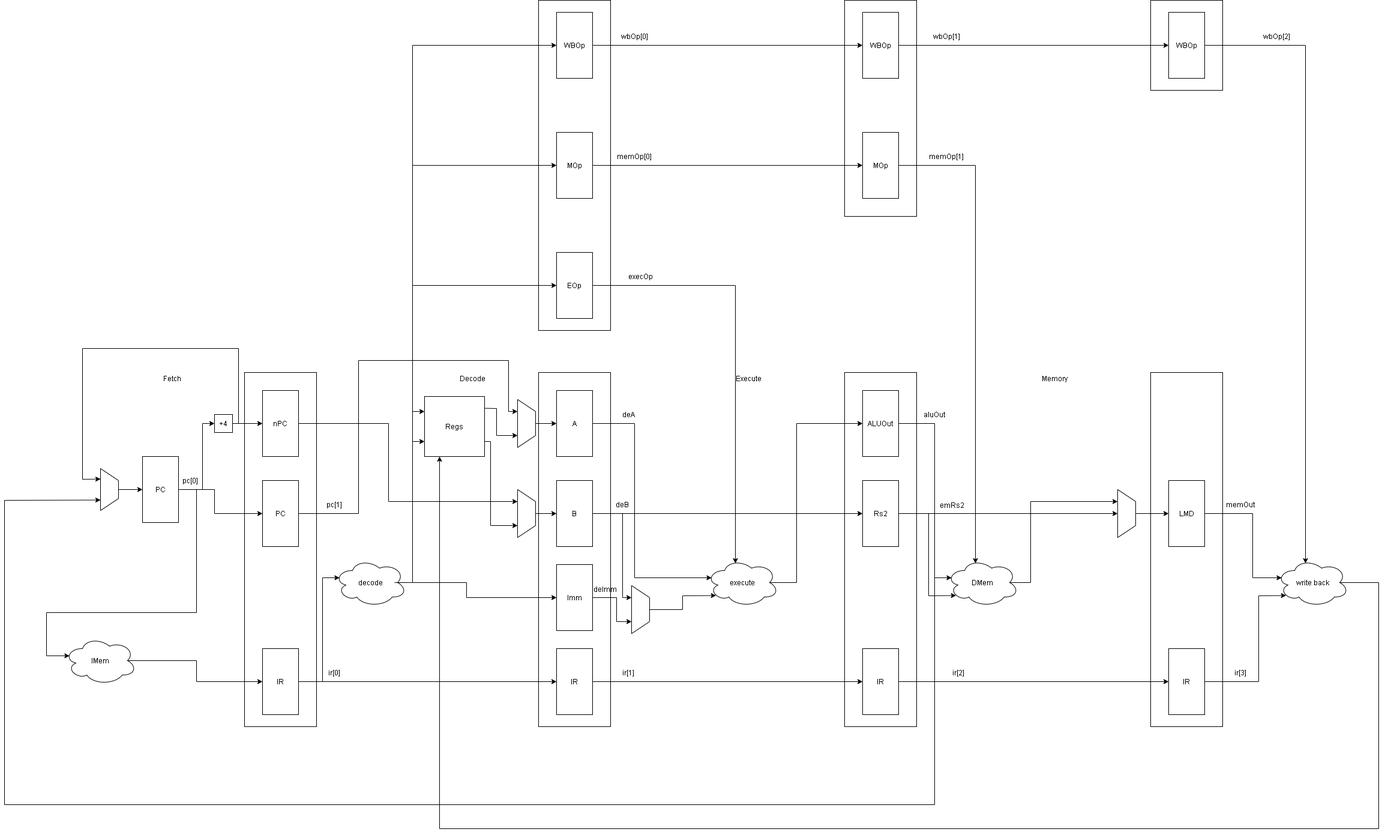
The draw.io diagram imgs/HighLevelModel/scheme.png in arosso96/uP, before a commit. Source tidied: cells renumbered, new cells last; positions are measured from the earlier drawing's top-left corner, leaving out a move shared by most shapes.
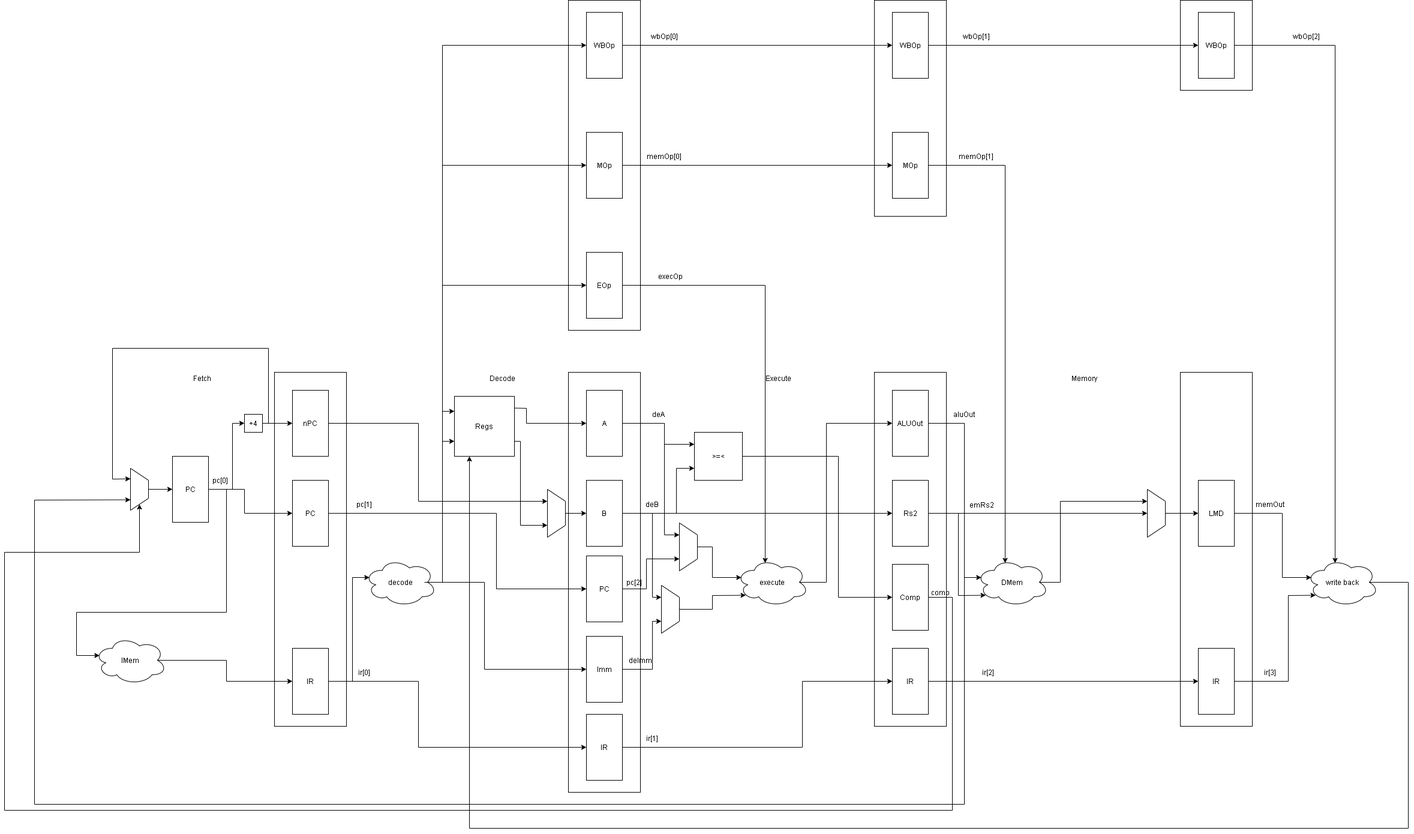
The same diagram one commit later.

Diff of the diagram source:
```diff
@@ -31,16 +31,6 @@
     <mxCell id="9" value="pc[0]" style="text;html=1;strokeColor=none;fillColor=none;align=center;verticalAlign=middle;whiteSpace=wrap;rounded=0;" parent="1" vertex="1">
       <mxGeometry x="290" y="790" width="40" height="20" as="geometry" />
     </mxCell>
-    <mxCell id="10" style="endArrow=classic;html=1;exitX=1;exitY=0.5;exitDx=0;exitDy=0;rounded=0;entryX=0.25;entryY=1;entryDx=0;entryDy=0;" parent="1" edge="1" source="6" target="102">
-      <mxGeometry relative="1" as="geometry">
-        <Array as="points">
-          <mxPoint x="590" y="855" />
-          <mxPoint x="590" y="600" />
-          <mxPoint x="840" y="600" />
-          <mxPoint x="840" y="685" />
-        </Array>
-      </mxGeometry>
-    </mxCell>
     <mxCell id="11" value="pc[1]" style="text;html=1;strokeColor=none;fillColor=none;align=center;verticalAlign=middle;whiteSpace=wrap;rounded=0;" parent="1" vertex="1">
       <mxGeometry x="530" y="830" width="40" height="20" as="geometry" />
     </mxCell>
@@ -51,7 +41,7 @@
       <mxGeometry x="760" y="620" width="40" height="20" as="geometry" />
     </mxCell>
     <mxCell id="14" style="rounded=0;whiteSpace=wrap;html=1;" parent="1" vertex="1">
-      <mxGeometry x="890" y="620" width="120" height="590" as="geometry" />
+      <mxGeometry x="890" y="620" width="120" height="700" as="geometry" />
     </mxCell>
     <mxCell id="15" value="A" style="rounded=0;whiteSpace=wrap;html=1;" parent="1" vertex="1">
       <mxGeometry x="920" y="650" width="60" height="110" as="geometry" />
@@ -60,10 +50,15 @@
       <mxGeometry x="920" y="800" width="60" height="110" as="geometry" />
     </mxCell>
     <mxCell id="17" value="IR" style="rounded=0;whiteSpace=wrap;html=1;" parent="1" vertex="1">
-      <mxGeometry x="920" y="1080" width="60" height="110" as="geometry" />
+      <mxGeometry x="920" y="1190" width="60" height="110" as="geometry" />
     </mxCell>
     <mxCell id="18" style="endArrow=classic;html=1;exitX=1;exitY=0.5;exitDx=0;exitDy=0;entryX=0;entryY=0.5;entryDx=0;entryDy=0;rounded=0;" parent="1" edge="1" source="7" target="17">
-      <mxGeometry relative="1" as="geometry" />
+      <mxGeometry relative="1" as="geometry">
+        <Array as="points">
+          <mxPoint x="640" y="1135" />
+          <mxPoint x="640" y="1245" />
+        </Array>
+      </mxGeometry>
     </mxCell>
     <mxCell id="19" value="ir[0]" style="text;html=1;strokeColor=none;fillColor=none;align=center;verticalAlign=middle;whiteSpace=wrap;rounded=0;" parent="1" vertex="1">
       <mxGeometry x="530" y="1110" width="40" height="20" as="geometry" />
@@ -104,9 +99,6 @@
         </Array>
       </mxGeometry>
     </mxCell>
-    <mxCell id="26" style="endArrow=classic;html=1;rounded=0;entryX=0;entryY=0.5;entryDx=0;entryDy=0;exitX=0.5;exitY=0;exitDx=0;exitDy=0;" parent="1" edge="1" source="102" target="15">
-      <mxGeometry relative="1" as="geometry" />
-    </mxCell>
     <mxCell id="27" value="decode" style="ellipse;shape=cloud;whiteSpace=wrap;html=1;" parent="1" vertex="1">
       <mxGeometry x="550" y="930" width="120" height="80" as="geometry" />
     </mxCell>
@@ -238,11 +230,11 @@
         </Array>
       </mxGeometry>
     </mxCell>
-    <mxCell id="52" style="endArrow=classic;html=1;exitX=1;exitY=0.5;exitDx=0;exitDy=0;rounded=0;entryX=0.07;entryY=0.4;entryDx=0;entryDy=0;entryPerimeter=0;" parent="1" edge="1" source="15" target="48">
+    <mxCell id="52" style="endArrow=classic;html=1;exitX=1;exitY=0.5;exitDx=0;exitDy=0;rounded=0;entryX=0.25;entryY=1;entryDx=0;entryDy=0;" parent="1" edge="1" source="15" target="109">
       <mxGeometry relative="1" as="geometry">
         <Array as="points">
           <mxPoint x="1050" y="705" />
-          <mxPoint x="1050" y="962" />
+          <mxPoint x="1050" y="891" />
         </Array>
       </mxGeometry>
     </mxCell>
@@ -255,10 +247,15 @@
       </mxGeometry>
     </mxCell>
     <mxCell id="54" style="endArrow=classic;html=1;entryX=0;entryY=0.5;entryDx=0;entryDy=0;rounded=0;exitX=1;exitY=0.5;exitDx=0;exitDy=0;" parent="1" edge="1" source="17" target="47">
-      <mxGeometry relative="1" as="geometry" />
+      <mxGeometry relative="1" as="geometry">
+        <Array as="points">
+          <mxPoint x="1280" y="1245" />
+          <mxPoint x="1280" y="1135" />
+        </Array>
+      </mxGeometry>
     </mxCell>
     <mxCell id="55" value="ir[1]" style="text;html=1;strokeColor=none;fillColor=none;align=center;verticalAlign=middle;whiteSpace=wrap;rounded=0;" parent="1" vertex="1">
-      <mxGeometry x="1020" y="1110" width="40" height="20" as="geometry" />
+      <mxGeometry x="1010" y="1220" width="40" height="20" as="geometry" />
     </mxCell>
     <mxCell id="56" value="execOp" style="text;html=1;strokeColor=none;fillColor=none;align=center;verticalAlign=middle;whiteSpace=wrap;rounded=0;" parent="1" vertex="1">
       <mxGeometry x="1040" y="450" width="40" height="20" as="geometry" />
@@ -293,8 +290,8 @@
     <mxCell id="66" style="endArrow=classic;html=1;exitX=0.875;exitY=0.5;exitDx=0;exitDy=0;entryX=0;entryY=0.5;entryDx=0;entryDy=0;rounded=0;exitPerimeter=0;" parent="1" edge="1" source="27" target="97">
       <mxGeometry relative="1" as="geometry">
         <Array as="points">
-          <mxPoint x="770" y="970" />
-          <mxPoint x="770" y="995" />
+          <mxPoint x="750" y="970" />
+          <mxPoint x="750" y="1115" />
         </Array>
       </mxGeometry>
     </mxCell>
@@ -439,7 +436,7 @@
       </mxGeometry>
     </mxCell>
     <mxCell id="97" value="Imm" style="rounded=0;whiteSpace=wrap;html=1;" parent="1" vertex="1">
-      <mxGeometry x="920" y="940" width="60" height="110" as="geometry" />
+      <mxGeometry x="920" y="1060" width="60" height="110" as="geometry" />
     </mxCell>
     <mxCell id="98" style="shape=trapezoid;perimeter=trapezoidPerimeter;whiteSpace=wrap;html=1;fixedSize=1;rotation=90;" parent="1" vertex="1">
       <mxGeometry x="1020" y="1000" width="80" height="30" as="geometry" />
@@ -447,8 +444,8 @@
     <mxCell id="99" style="endArrow=classic;html=1;rounded=0;entryX=0.75;entryY=1;entryDx=0;entryDy=0;exitX=1;exitY=0.5;exitDx=0;exitDy=0;" parent="1" edge="1" source="97" target="98">
       <mxGeometry relative="1" as="geometry">
         <Array as="points">
-          <mxPoint x="1020" y="995" />
-          <mxPoint x="1020" y="1035" />
+          <mxPoint x="1030" y="1115" />
+          <mxPoint x="1030" y="1035" />
         </Array>
       </mxGeometry>
     </mxCell>
@@ -461,16 +458,13 @@
       </mxGeometry>
     </mxCell>
     <mxCell id="101" value="deImm" style="text;html=1;strokeColor=none;fillColor=none;align=center;verticalAlign=middle;whiteSpace=wrap;rounded=0;" parent="1" vertex="1">
-      <mxGeometry x="981" y="971" width="40" height="20" as="geometry" />
+      <mxGeometry x="990" y="1090" width="40" height="20" as="geometry" />
     </mxCell>
-    <mxCell id="102" style="shape=trapezoid;perimeter=trapezoidPerimeter;whiteSpace=wrap;html=1;fixedSize=1;rotation=90;" parent="1" vertex="1">
-      <mxGeometry x="830" y="690" width="80" height="30" as="geometry" />
-    </mxCell>
-    <mxCell id="103" style="endArrow=classic;html=1;exitX=1;exitY=0.196;exitDx=0;exitDy=0;rounded=0;entryX=0.75;entryY=1;entryDx=0;entryDy=0;exitPerimeter=0;" parent="1" edge="1" source="24" target="102">
+    <mxCell id="103" style="endArrow=classic;html=1;exitX=1;exitY=0.196;exitDx=0;exitDy=0;rounded=0;entryX=0;entryY=0.5;entryDx=0;entryDy=0;exitPerimeter=0;" parent="1" edge="1" source="24" target="15">
       <mxGeometry relative="1" as="geometry">
         <Array as="points">
           <mxPoint x="820" y="680" />
-          <mxPoint x="820" y="725" />
+          <mxPoint x="820" y="705" />
         </Array>
       </mxGeometry>
     </mxCell>
@@ -482,5 +476,82 @@
     <mxCell id="105" style="shape=trapezoid;perimeter=trapezoidPerimeter;whiteSpace=wrap;html=1;fixedSize=1;rotation=90;" parent="1" vertex="1">
       <mxGeometry x="830" y="840" width="80" height="30" as="geometry" />
     </mxCell>
+    <mxCell id="106" value="PC" style="rounded=0;whiteSpace=wrap;html=1;" parent="1" vertex="1">
+      <mxGeometry x="920" y="926" width="60" height="110" as="geometry" />
+    </mxCell>
+    <mxCell id="107" style="endArrow=classic;html=1;rounded=0;entryX=0.75;entryY=1;entryDx=0;entryDy=0;exitX=1;exitY=0.5;exitDx=0;exitDy=0;" parent="1" edge="1" source="106" target="109">
+      <mxGeometry relative="1" as="geometry">
+        <Array as="points">
+          <mxPoint x="1020" y="981" />
+          <mxPoint x="1020" y="931" />
+        </Array>
+      </mxGeometry>
+    </mxCell>
+    <mxCell id="108" value="pc[2]" style="text;html=1;strokeColor=none;fillColor=none;align=center;verticalAlign=middle;whiteSpace=wrap;rounded=0;" parent="1" vertex="1">
+      <mxGeometry x="980" y="960" width="40" height="20" as="geometry" />
+    </mxCell>
+    <mxCell id="10" style="endArrow=classic;html=1;exitX=1;exitY=0.5;exitDx=0;exitDy=0;rounded=0;entryX=0;entryY=0.5;entryDx=0;entryDy=0;" parent="1" edge="1" source="6" target="106">
+      <mxGeometry relative="1" as="geometry">
+        <Array as="points">
+          <mxPoint x="770" y="855" />
+          <mxPoint x="770" y="981" />
+        </Array>
+      </mxGeometry>
+    </mxCell>
+    <mxCell id="109" style="shape=trapezoid;perimeter=trapezoidPerimeter;whiteSpace=wrap;html=1;fixedSize=1;rotation=90;" parent="1" vertex="1">
+      <mxGeometry x="1050" y="896" width="80" height="30" as="geometry" />
+    </mxCell>
+    <mxCell id="110" style="endArrow=classic;html=1;rounded=0;entryX=0.07;entryY=0.4;entryDx=0;entryDy=0;exitX=0.5;exitY=0;exitDx=0;exitDy=0;entryPerimeter=0;" parent="1" edge="1" source="109" target="48">
+      <mxGeometry relative="1" as="geometry">
+        <Array as="points">
+          <mxPoint x="1130" y="911" />
+          <mxPoint x="1130" y="962" />
+        </Array>
+      </mxGeometry>
+    </mxCell>
+    <mxCell id="111" value="&amp;gt;=&amp;lt;" style="whiteSpace=wrap;html=1;" parent="1" vertex="1">
+      <mxGeometry x="1100" y="720" width="80" height="80" as="geometry" />
+    </mxCell>
+    <mxCell id="112" style="endArrow=classic;html=1;exitX=1;exitY=0.5;exitDx=0;exitDy=0;rounded=0;entryX=0;entryY=0.25;entryDx=0;entryDy=0;" parent="1" edge="1" source="15" target="111">
+      <mxGeometry relative="1" as="geometry">
+        <Array as="points">
+          <mxPoint x="1050" y="705" />
+          <mxPoint x="1050" y="740" />
+        </Array>
+      </mxGeometry>
+    </mxCell>
+    <mxCell id="113" style="endArrow=classic;html=1;exitX=1;exitY=0.5;exitDx=0;exitDy=0;rounded=0;entryX=0;entryY=0.75;entryDx=0;entryDy=0;" parent="1" edge="1" source="16" target="111">
+      <mxGeometry relative="1" as="geometry">
+        <Array as="points">
+          <mxPoint x="1070" y="855" />
+          <mxPoint x="1070" y="780" />
+        </Array>
+      </mxGeometry>
+    </mxCell>
+    <mxCell id="114" value="Comp" style="rounded=0;whiteSpace=wrap;html=1;" parent="1" vertex="1">
+      <mxGeometry x="1430" y="940" width="60" height="110" as="geometry" />
+    </mxCell>
+    <mxCell id="115" style="endArrow=classic;html=1;exitX=1;exitY=0.5;exitDx=0;exitDy=0;rounded=0;entryX=0;entryY=0.5;entryDx=0;entryDy=0;" parent="1" edge="1" source="111" target="114">
+      <mxGeometry relative="1" as="geometry">
+        <Array as="points">
+          <mxPoint x="1340" y="760" />
+          <mxPoint x="1340" y="995" />
+        </Array>
+      </mxGeometry>
+    </mxCell>
+    <mxCell id="116" style="endArrow=classic;html=1;exitX=1;exitY=0.5;exitDx=0;exitDy=0;rounded=0;entryX=1;entryY=0.5;entryDx=0;entryDy=0;" parent="1" edge="1" source="114" target="34">
+      <mxGeometry relative="1" as="geometry">
+        <Array as="points">
+          <mxPoint x="1530" y="995" />
+          <mxPoint x="1530" y="1350" />
+          <mxPoint x="-50" y="1350" />
+          <mxPoint x="-50" y="920" />
+          <mxPoint x="175" y="920" />
+        </Array>
+      </mxGeometry>
+    </mxCell>
+    <mxCell id="117" value="comp" style="text;html=1;strokeColor=none;fillColor=none;align=center;verticalAlign=middle;whiteSpace=wrap;rounded=0;" parent="1" vertex="1">
+      <mxGeometry x="1490" y="977" width="40" height="20" as="geometry" />
+    </mxCell>
   </root>
 </mxGraphModel>
```
